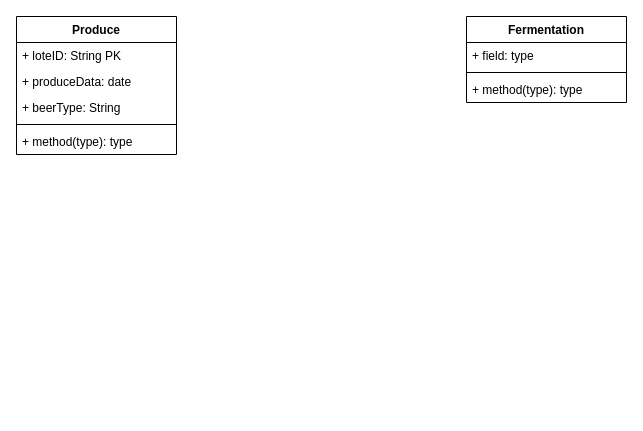
The draw.io diagram page "Data bank" (3 of 3) of Classes_app.drawio in vivianebuge/objectOrientedJava, before the edit. Source tidied: cells renumbered, new cells numbered last; positions are measured from the earlier drawing's top-left corner, leaving out a move shared by most shapes. Both pictures are drawn from the tidied source at 100%, with x=0, y=0 at pixel (16, 16).
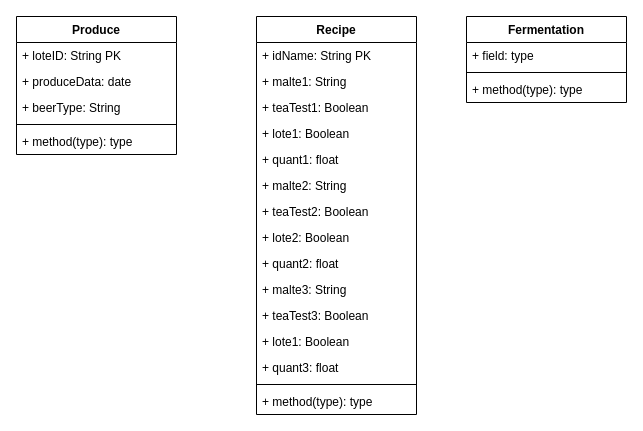
Above is the later version.

Change to the diagram source:
```diff
@@
+    <mxCell id="12" value="Recipe" style="swimlane;fontStyle=1;align=center;verticalAlign=top;horizontal=1;startSize=26;" parent="1" vertex="1">
+      <mxGeometry x="240" width="160" height="398" as="geometry" />
+    </mxCell>
+    <mxCell id="13" value="+ idName: String PK" style="text;strokeColor=none;fillColor=none;align=left;verticalAlign=top;spacingLeft=4;spacingRight=4;overflow=hidden;" parent="12" vertex="1">
+      <mxGeometry y="26" width="160" height="26" as="geometry" />
+    </mxCell>
+    <mxCell id="14" value="+ malte1: String " style="text;strokeColor=none;fillColor=none;align=left;verticalAlign=top;spacingLeft=4;spacingRight=4;overflow=hidden;" parent="12" vertex="1">
+      <mxGeometry y="52" width="160" height="26" as="geometry" />
+    </mxCell>
+    <mxCell id="15" value="+ teaTest1: Boolean" style="text;strokeColor=none;fillColor=none;align=left;verticalAlign=top;spacingLeft=4;spacingRight=4;overflow=hidden;" parent="12" vertex="1">
+      <mxGeometry y="78" width="160" height="26" as="geometry" />
+    </mxCell>
+    <mxCell id="16" value="+ lote1: Boolean" style="text;strokeColor=none;fillColor=none;align=left;verticalAlign=top;spacingLeft=4;spacingRight=4;overflow=hidden;" parent="12" vertex="1">
+      <mxGeometry y="104" width="160" height="26" as="geometry" />
+    </mxCell>
+    <mxCell id="17" value="+ quant1: float" style="text;strokeColor=none;fillColor=none;align=left;verticalAlign=top;spacingLeft=4;spacingRight=4;overflow=hidden;" parent="12" vertex="1">
+      <mxGeometry y="130" width="160" height="26" as="geometry" />
+    </mxCell>
+    <mxCell id="18" value="+ malte2: String " style="text;strokeColor=none;fillColor=none;align=left;verticalAlign=top;spacingLeft=4;spacingRight=4;overflow=hidden;" parent="12" vertex="1">
+      <mxGeometry y="156" width="160" height="26" as="geometry" />
+    </mxCell>
+    <mxCell id="19" value="+ teaTest2: Boolean" style="text;strokeColor=none;fillColor=none;align=left;verticalAlign=top;spacingLeft=4;spacingRight=4;overflow=hidden;" parent="12" vertex="1">
+      <mxGeometry y="182" width="160" height="26" as="geometry" />
+    </mxCell>
+    <mxCell id="20" value="+ lote2: Boolean" style="text;strokeColor=none;fillColor=none;align=left;verticalAlign=top;spacingLeft=4;spacingRight=4;overflow=hidden;" parent="12" vertex="1">
+      <mxGeometry y="208" width="160" height="26" as="geometry" />
+    </mxCell>
+    <mxCell id="21" value="+ quant2: float" style="text;strokeColor=none;fillColor=none;align=left;verticalAlign=top;spacingLeft=4;spacingRight=4;overflow=hidden;" parent="12" vertex="1">
+      <mxGeometry y="234" width="160" height="26" as="geometry" />
+    </mxCell>
+    <mxCell id="22" value="+ malte3: String " style="text;strokeColor=none;fillColor=none;align=left;verticalAlign=top;spacingLeft=4;spacingRight=4;overflow=hidden;" parent="12" vertex="1">
+      <mxGeometry y="260" width="160" height="26" as="geometry" />
+    </mxCell>
+    <mxCell id="23" value="+ teaTest3: Boolean" style="text;strokeColor=none;fillColor=none;align=left;verticalAlign=top;spacingLeft=4;spacingRight=4;overflow=hidden;" parent="12" vertex="1">
+      <mxGeometry y="286" width="160" height="26" as="geometry" />
+    </mxCell>
+    <mxCell id="24" value="+ lote1: Boolean" style="text;strokeColor=none;fillColor=none;align=left;verticalAlign=top;spacingLeft=4;spacingRight=4;overflow=hidden;" parent="12" vertex="1">
+      <mxGeometry y="312" width="160" height="26" as="geometry" />
+    </mxCell>
+    <mxCell id="25" value="+ quant3: float" style="text;strokeColor=none;fillColor=none;align=left;verticalAlign=top;spacingLeft=4;spacingRight=4;overflow=hidden;" parent="12" vertex="1">
+      <mxGeometry y="338" width="160" height="26" as="geometry" />
+    </mxCell>
+    <mxCell id="26" style="line;strokeWidth=1;fillColor=none;align=left;verticalAlign=middle;spacingTop=-1;spacingLeft=3;spacingRight=3;labelPosition=right;" parent="12" vertex="1">
+      <mxGeometry y="364" width="160" height="8" as="geometry" />
+    </mxCell>
+    <mxCell id="27" value="+ method(type): type" style="text;strokeColor=none;fillColor=none;align=left;verticalAlign=top;spacingLeft=4;spacingRight=4;overflow=hidden;" parent="12" vertex="1">
+      <mxGeometry y="372" width="160" height="26" as="geometry" />
+    </mxCell>
```
